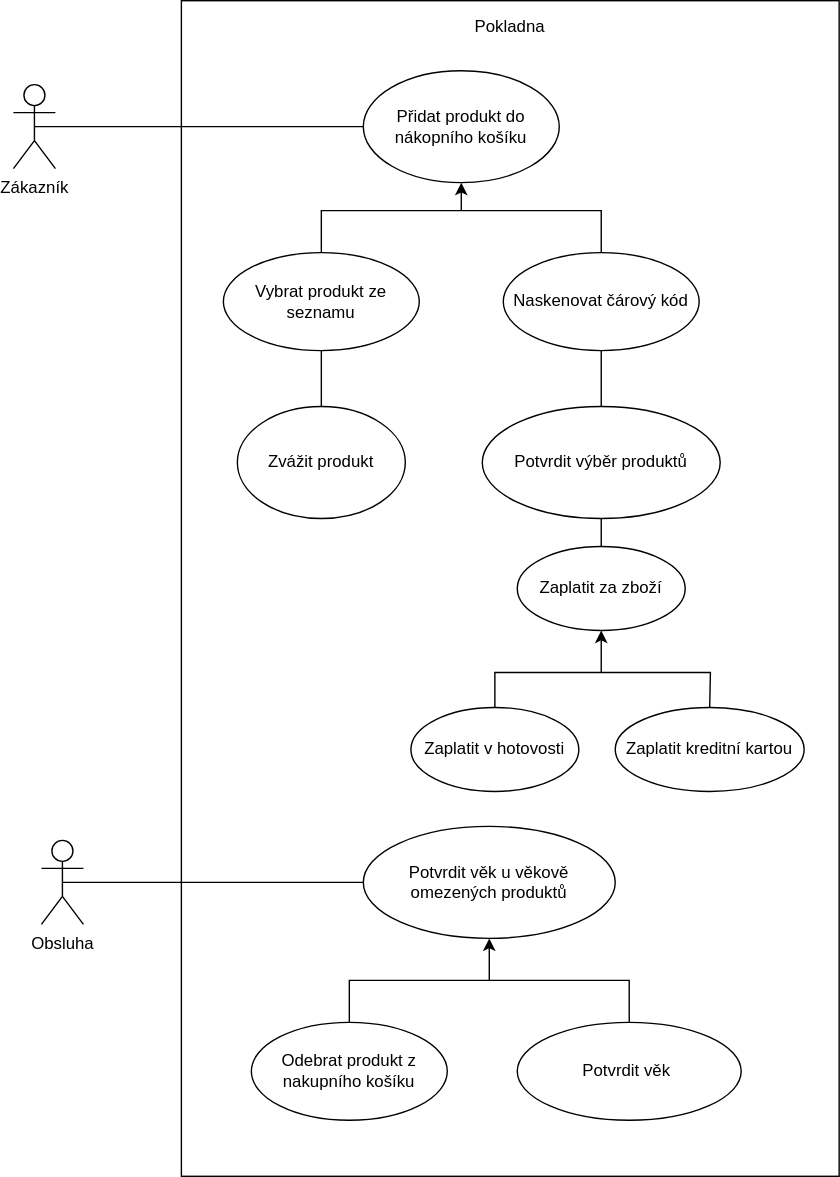
PetrHonzejk/diagrams.net keeps this draw.io diagram as HONZEJK_PETR_TED22_03_pokladna.svg. Above is the earlier version. Source tidied: cells renumbered, new cells last; positions are measured from the earlier drawing's top-left corner, leaving out a move shared by most shapes. The source it was exported from:
```xml
<mxGraphModel>
  <root>
    <mxCell id="0" />
    <mxCell id="1" parent="0" />
    <mxCell id="2" value="Zákazník" style="shape=umlActor;verticalLabelPosition=bottom;verticalAlign=top;html=1;outlineConnect=0;" parent="1" vertex="1">
      <mxGeometry y="60" width="30" height="60" as="geometry" />
    </mxCell>
    <mxCell id="3" value="Obsluha" style="shape=umlActor;verticalLabelPosition=bottom;verticalAlign=top;html=1;outlineConnect=0;" parent="1" vertex="1">
      <mxGeometry x="20" y="600" width="30" height="60" as="geometry" />
    </mxCell>
    <mxCell id="4" value="&lt;p&gt;Pokladna&lt;/p&gt;" style="shape=rect;html=1;overflow=fill;whiteSpace=wrap;align=center;" parent="1" vertex="1">
      <mxGeometry x="120" width="470" height="840" as="geometry" />
    </mxCell>
    <mxCell id="5" value="Naskenovat čárový kód" style="ellipse;whiteSpace=wrap;html=1;" parent="1" vertex="1">
      <mxGeometry x="350" y="180" width="140" height="70" as="geometry" />
    </mxCell>
    <mxCell id="6" value="Vybrat produkt ze seznamu" style="ellipse;whiteSpace=wrap;html=1;" parent="1" vertex="1">
      <mxGeometry x="150" y="180" width="140" height="70" as="geometry" />
    </mxCell>
    <mxCell id="7" value="Potvrdit věk&amp;nbsp;" style="ellipse;whiteSpace=wrap;html=1;" parent="1" vertex="1">
      <mxGeometry x="360" y="730" width="160" height="70" as="geometry" />
    </mxCell>
    <mxCell id="8" value="Odebrat produkt z nakupního košíku" style="ellipse;whiteSpace=wrap;html=1;" parent="1" vertex="1">
      <mxGeometry x="170" y="730" width="140" height="70" as="geometry" />
    </mxCell>
    <mxCell id="9" style="endArrow=none;html=1;rounded=0;entryX=0.5;entryY=0;entryDx=0;entryDy=0;exitX=0.5;exitY=0;exitDx=0;exitDy=0;" parent="1" edge="1" source="7" target="8">
      <mxGeometry relative="1" as="geometry">
        <Array as="points">
          <mxPoint x="440" y="700" />
          <mxPoint x="240" y="700" />
        </Array>
      </mxGeometry>
    </mxCell>
    <mxCell id="10" style="endArrow=none;html=1;rounded=0;entryX=0.5;entryY=1;entryDx=0;entryDy=0;exitX=0.5;exitY=0;exitDx=0;exitDy=0;" parent="1" edge="1" source="11" target="5">
      <mxGeometry relative="1" as="geometry" />
    </mxCell>
    <mxCell id="11" value="Potvrdit výběr produktů" style="ellipse;whiteSpace=wrap;html=1;" parent="1" vertex="1">
      <mxGeometry x="335" y="290" width="170" height="80" as="geometry" />
    </mxCell>
    <mxCell id="12" style="endArrow=none;html=1;rounded=0;entryX=0.5;entryY=1;entryDx=0;entryDy=0;exitX=0.5;exitY=0;exitDx=0;exitDy=0;" parent="1" edge="1" source="13" target="6">
      <mxGeometry relative="1" as="geometry" />
    </mxCell>
    <mxCell id="13" value="Zvážit produkt" style="ellipse;whiteSpace=wrap;html=1;" parent="1" vertex="1">
      <mxGeometry x="160" y="290" width="120" height="80" as="geometry" />
    </mxCell>
    <mxCell id="14" value="Zaplatit v hotovosti" style="ellipse;whiteSpace=wrap;html=1;" parent="1" vertex="1">
      <mxGeometry x="284" y="505" width="120" height="60" as="geometry" />
    </mxCell>
    <mxCell id="15" value="Zaplatit kreditní kartou" style="ellipse;whiteSpace=wrap;html=1;" parent="1" vertex="1">
      <mxGeometry x="430" y="505" width="135" height="60" as="geometry" />
    </mxCell>
    <mxCell id="16" value="Zaplatit za zboží" style="ellipse;whiteSpace=wrap;html=1;" parent="1" vertex="1">
      <mxGeometry x="360" y="390" width="120" height="60" as="geometry" />
    </mxCell>
    <mxCell id="17" style="endArrow=none;html=1;rounded=0;entryX=0.5;entryY=1;entryDx=0;entryDy=0;exitX=0.5;exitY=0;exitDx=0;exitDy=0;" parent="1" edge="1" source="16" target="11">
      <mxGeometry relative="1" as="geometry" />
    </mxCell>
    <mxCell id="18" style="endArrow=classic;html=1;rounded=0;entryX=0.5;entryY=1;entryDx=0;entryDy=0;" parent="1" edge="1" target="16">
      <mxGeometry relative="1" as="geometry">
        <mxPoint x="420" y="480" as="sourcePoint" />
      </mxGeometry>
    </mxCell>
    <mxCell id="19" style="endArrow=none;html=1;rounded=0;entryX=0.5;entryY=0;entryDx=0;entryDy=0;exitX=0.5;exitY=0;exitDx=0;exitDy=0;" parent="1" edge="1" source="15" target="14">
      <mxGeometry relative="1" as="geometry">
        <Array as="points">
          <mxPoint x="498" y="480" />
          <mxPoint x="344" y="480" />
        </Array>
      </mxGeometry>
    </mxCell>
    <mxCell id="20" value="Potvrdit věk u věkově omezených produktů" style="ellipse;whiteSpace=wrap;html=1;" parent="1" vertex="1">
      <mxGeometry x="250" y="590" width="180" height="80" as="geometry" />
    </mxCell>
    <mxCell id="21" style="endArrow=classic;html=1;rounded=0;entryX=0.5;entryY=1;entryDx=0;entryDy=0;" parent="1" edge="1" target="20">
      <mxGeometry relative="1" as="geometry">
        <mxPoint x="340" y="700" as="sourcePoint" />
      </mxGeometry>
    </mxCell>
    <mxCell id="22" style="endArrow=none;html=1;rounded=0;entryX=0.5;entryY=0.5;entryDx=0;entryDy=0;entryPerimeter=0;exitX=0;exitY=0.5;exitDx=0;exitDy=0;" parent="1" edge="1" source="20" target="3">
      <mxGeometry relative="1" as="geometry" />
    </mxCell>
    <mxCell id="23" value="Přidat produkt do nákopního košíku" style="ellipse;whiteSpace=wrap;html=1;" parent="1" vertex="1">
      <mxGeometry x="250" y="50" width="140" height="80" as="geometry" />
    </mxCell>
    <mxCell id="24" style="endArrow=none;html=1;rounded=0;entryX=0.5;entryY=0;entryDx=0;entryDy=0;exitX=0.5;exitY=0;exitDx=0;exitDy=0;" parent="1" edge="1" source="6" target="5">
      <mxGeometry relative="1" as="geometry">
        <Array as="points">
          <mxPoint x="220" y="150" />
          <mxPoint x="420" y="150" />
        </Array>
      </mxGeometry>
    </mxCell>
    <mxCell id="25" style="endArrow=classic;html=1;rounded=0;entryX=0.5;entryY=1;entryDx=0;entryDy=0;" parent="1" edge="1" target="23">
      <mxGeometry relative="1" as="geometry">
        <mxPoint x="320" y="150" as="sourcePoint" />
      </mxGeometry>
    </mxCell>
    <mxCell id="26" style="endArrow=none;html=1;rounded=0;entryX=0;entryY=0.5;entryDx=0;entryDy=0;exitX=0.5;exitY=0.5;exitDx=0;exitDy=0;exitPerimeter=0;" parent="1" edge="1" source="2" target="23">
      <mxGeometry relative="1" as="geometry" />
    </mxCell>
  </root>
</mxGraphModel>
```
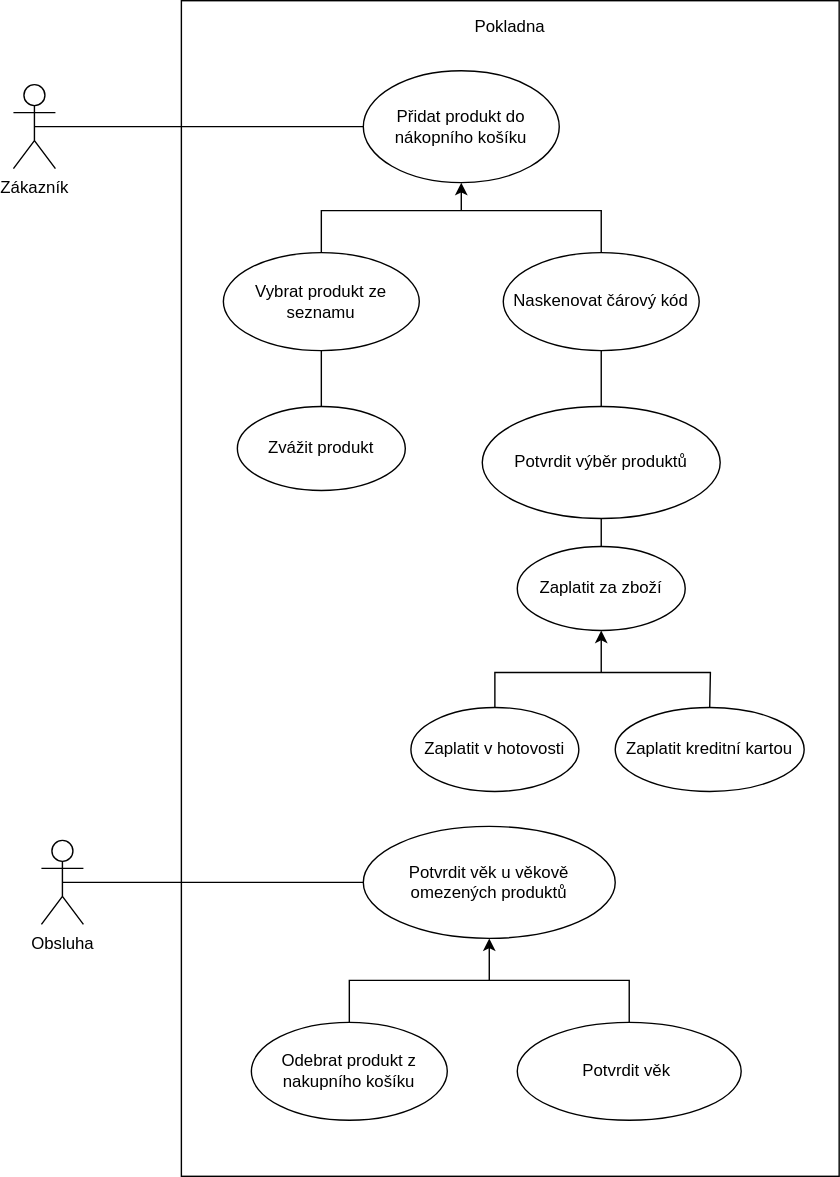
After the commit.

Diff of the diagram source:
```diff
@@ -41,7 +41,7 @@
       <mxGeometry relative="1" as="geometry" />
     </mxCell>
     <mxCell id="13" value="Zvážit produkt" style="ellipse;whiteSpace=wrap;html=1;" parent="1" vertex="1">
-      <mxGeometry x="160" y="290" width="120" height="80" as="geometry" />
+      <mxGeometry x="160" y="290" width="120" height="60" as="geometry" />
     </mxCell>
     <mxCell id="14" value="Zaplatit v hotovosti" style="ellipse;whiteSpace=wrap;html=1;" parent="1" vertex="1">
       <mxGeometry x="284" y="505" width="120" height="60" as="geometry" />
@@ -98,5 +98,8 @@
     <mxCell id="26" style="endArrow=none;html=1;rounded=0;entryX=0;entryY=0.5;entryDx=0;entryDy=0;exitX=0.5;exitY=0.5;exitDx=0;exitDy=0;exitPerimeter=0;" parent="1" edge="1" source="2" target="23">
       <mxGeometry relative="1" as="geometry" />
     </mxCell>
+    <mxCell id="27" style="edgeStyle=orthogonalEdgeStyle;rounded=0;orthogonalLoop=1;jettySize=auto;html=1;exitX=0.5;exitY=1;exitDx=0;exitDy=0;" parent="1" edge="1" source="13" target="13">
+      <mxGeometry relative="1" as="geometry" />
+    </mxCell>
   </root>
 </mxGraphModel>
```
